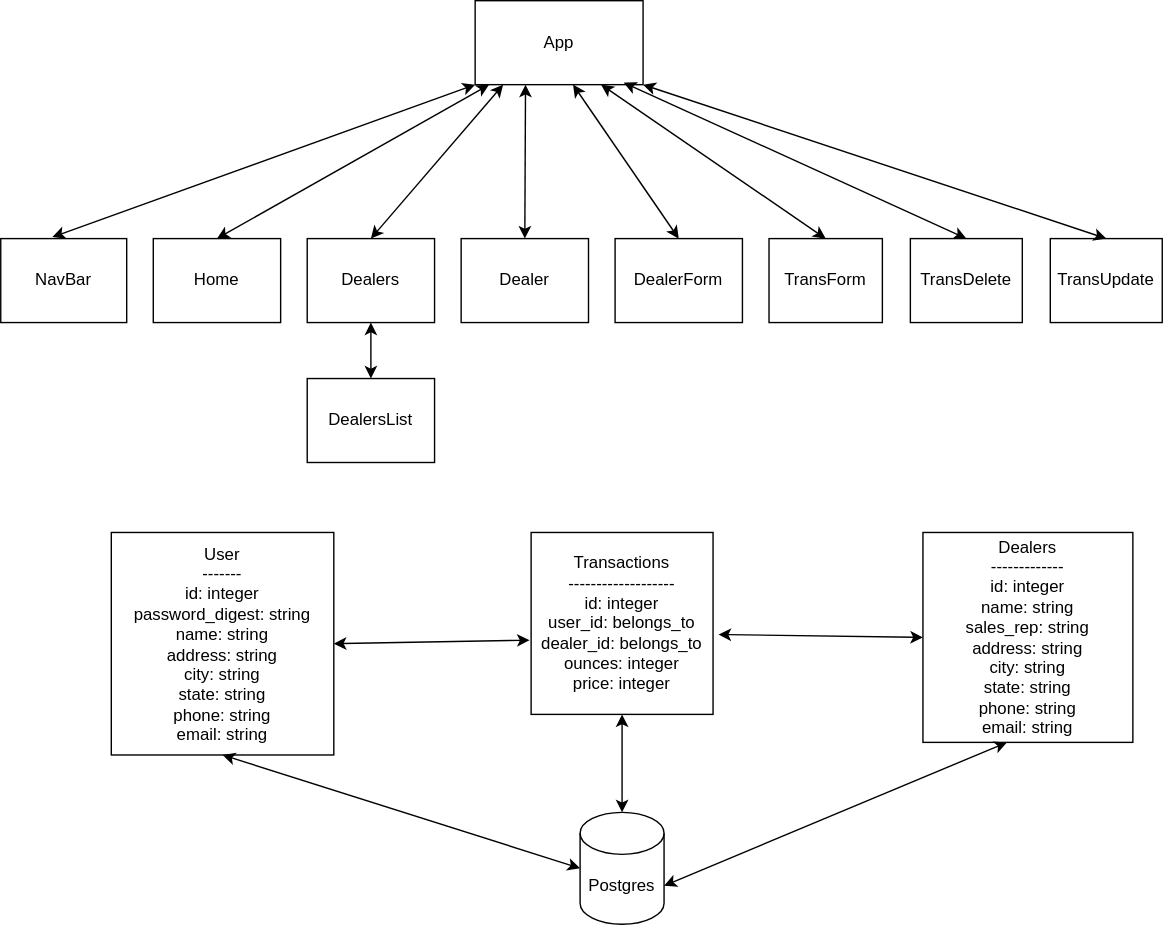
craigjford/coin-app keeps this draw.io diagram as client/src/components/coin.drawio.svg. Above is the earlier version. Source tidied: cells renumbered, new cells last; positions are measured from the earlier drawing's top-left corner, leaving out a move shared by most shapes. The source it was exported from:
```xml
<mxGraphModel>
  <root>
    <mxCell id="0" />
    <mxCell id="1" parent="0" />
    <mxCell id="2" value="App" style="whiteSpace=wrap;html=1;" parent="1" vertex="1">
      <mxGeometry x="339" width="120" height="60" as="geometry" />
    </mxCell>
    <mxCell id="3" value="NavBar" style="whiteSpace=wrap;html=1;" parent="1" vertex="1">
      <mxGeometry y="170" width="90" height="60" as="geometry" />
    </mxCell>
    <mxCell id="4" value="Home" style="whiteSpace=wrap;html=1;" parent="1" vertex="1">
      <mxGeometry x="109" y="170" width="91" height="60" as="geometry" />
    </mxCell>
    <mxCell id="5" value="Dealers" style="whiteSpace=wrap;html=1;" parent="1" vertex="1">
      <mxGeometry x="219" y="170" width="91" height="60" as="geometry" />
    </mxCell>
    <mxCell id="6" value="Dealer" style="whiteSpace=wrap;html=1;" parent="1" vertex="1">
      <mxGeometry x="329" y="170" width="91" height="60" as="geometry" />
    </mxCell>
    <mxCell id="7" value="DealerForm" style="whiteSpace=wrap;html=1;" parent="1" vertex="1">
      <mxGeometry x="439" y="170" width="91" height="60" as="geometry" />
    </mxCell>
    <mxCell id="8" value="TransForm" style="whiteSpace=wrap;html=1;" parent="1" vertex="1">
      <mxGeometry x="549" y="170" width="81" height="60" as="geometry" />
    </mxCell>
    <mxCell id="9" value="TransDelete" style="whiteSpace=wrap;html=1;" parent="1" vertex="1">
      <mxGeometry x="650" y="170" width="80" height="60" as="geometry" />
    </mxCell>
    <mxCell id="10" value="TransUpdate" style="whiteSpace=wrap;html=1;" parent="1" vertex="1">
      <mxGeometry x="750" y="170" width="80" height="60" as="geometry" />
    </mxCell>
    <mxCell id="11" value="DealersList" style="whiteSpace=wrap;html=1;" parent="1" vertex="1">
      <mxGeometry x="219" y="270" width="91" height="60" as="geometry" />
    </mxCell>
    <mxCell id="12" value="Postgres" style="shape=cylinder3;whiteSpace=wrap;html=1;boundedLbl=1;backgroundOutline=1;size=15;" parent="1" vertex="1">
      <mxGeometry x="414" y="580" width="60" height="80" as="geometry" />
    </mxCell>
    <mxCell id="13" value="User&lt;br&gt;-------&lt;br&gt;id: integer&lt;br&gt;password_digest: string&lt;br&gt;name: string&lt;br&gt;address: string&lt;br&gt;city: string&lt;br&gt;state: string&lt;br&gt;phone: string&lt;br&gt;email: string" style="whiteSpace=wrap;html=1;" parent="1" vertex="1">
      <mxGeometry x="79" y="380" width="159" height="159" as="geometry" />
    </mxCell>
    <mxCell id="14" value="Transactions&lt;br&gt;-------------------&lt;br&gt;id: integer&lt;br&gt;user_id: belongs_to&lt;br&gt;dealer_id: belongs_to&lt;br&gt;ounces: integer&lt;br&gt;price: integer" style="whiteSpace=wrap;html=1;" parent="1" vertex="1">
      <mxGeometry x="379" y="380" width="130" height="130" as="geometry" />
    </mxCell>
    <mxCell id="15" value="Dealers&lt;br&gt;-------------&lt;br&gt;id: integer&lt;br&gt;name: string&lt;br&gt;sales_rep: string&lt;br&gt;address: string&lt;br&gt;city: string&lt;br&gt;state: string&lt;br&gt;phone: string&lt;br&gt;email: string" style="whiteSpace=wrap;html=1;" parent="1" vertex="1">
      <mxGeometry x="659" y="380" width="150" height="150" as="geometry" />
    </mxCell>
    <mxCell id="16" style="endArrow=classic;startArrow=classic;html=1;entryX=0;entryY=1;entryDx=0;entryDy=0;exitX=0.41;exitY=-0.018;exitDx=0;exitDy=0;exitPerimeter=0;" parent="1" edge="1" source="3" target="2">
      <mxGeometry relative="1" as="geometry" />
    </mxCell>
    <mxCell id="17" style="endArrow=classic;startArrow=classic;html=1;exitX=0.5;exitY=0;exitDx=0;exitDy=0;" parent="1" edge="1" source="4">
      <mxGeometry relative="1" as="geometry">
        <mxPoint x="349" y="60" as="targetPoint" />
      </mxGeometry>
    </mxCell>
    <mxCell id="18" style="endArrow=classic;startArrow=classic;html=1;exitX=0.5;exitY=0;exitDx=0;exitDy=0;entryX=0.5;entryY=1;entryDx=0;entryDy=0;" parent="1" edge="1" source="11" target="5">
      <mxGeometry relative="1" as="geometry" />
    </mxCell>
    <mxCell id="19" style="endArrow=classic;startArrow=classic;html=1;exitX=0.5;exitY=0;exitDx=0;exitDy=0;" parent="1" edge="1" source="5">
      <mxGeometry relative="1" as="geometry">
        <mxPoint x="359" y="60" as="targetPoint" />
      </mxGeometry>
    </mxCell>
    <mxCell id="20" style="endArrow=classic;startArrow=classic;html=1;exitX=1;exitY=0.5;exitDx=0;exitDy=0;entryX=-0.008;entryY=0.592;entryDx=0;entryDy=0;entryPerimeter=0;" parent="1" edge="1" source="13" target="14">
      <mxGeometry relative="1" as="geometry" />
    </mxCell>
    <mxCell id="21" style="endArrow=classic;startArrow=classic;html=1;entryX=0;entryY=0.5;entryDx=0;entryDy=0;exitX=1.03;exitY=0.561;exitDx=0;exitDy=0;exitPerimeter=0;" parent="1" edge="1" source="14" target="15">
      <mxGeometry relative="1" as="geometry" />
    </mxCell>
    <mxCell id="22" style="endArrow=classic;startArrow=classic;html=1;exitX=0;exitY=0.5;exitDx=0;exitDy=0;exitPerimeter=0;entryX=0.5;entryY=1;entryDx=0;entryDy=0;" parent="1" edge="1" source="12" target="13">
      <mxGeometry relative="1" as="geometry" />
    </mxCell>
    <mxCell id="23" style="endArrow=classic;startArrow=classic;html=1;exitX=0.5;exitY=0;exitDx=0;exitDy=0;exitPerimeter=0;" parent="1" edge="1" source="12">
      <mxGeometry relative="1" as="geometry">
        <mxPoint x="444" y="510" as="targetPoint" />
      </mxGeometry>
    </mxCell>
    <mxCell id="24" style="endArrow=classic;startArrow=classic;html=1;exitX=1;exitY=0;exitDx=0;exitDy=52.5;exitPerimeter=0;" parent="1" edge="1" source="12">
      <mxGeometry relative="1" as="geometry">
        <mxPoint x="719" y="530" as="targetPoint" />
      </mxGeometry>
    </mxCell>
    <mxCell id="25" style="endArrow=classic;startArrow=classic;html=1;exitX=0.5;exitY=0;exitDx=0;exitDy=0;" parent="1" edge="1" source="6">
      <mxGeometry relative="1" as="geometry">
        <mxPoint x="375" y="60" as="targetPoint" />
      </mxGeometry>
    </mxCell>
    <mxCell id="26" style="endArrow=classic;startArrow=classic;html=1;entryX=0.583;entryY=1;entryDx=0;entryDy=0;entryPerimeter=0;exitX=0.5;exitY=0;exitDx=0;exitDy=0;" parent="1" edge="1" source="7" target="2">
      <mxGeometry relative="1" as="geometry" />
    </mxCell>
    <mxCell id="27" style="endArrow=classic;startArrow=classic;html=1;exitX=0.5;exitY=0;exitDx=0;exitDy=0;entryX=0.75;entryY=1;entryDx=0;entryDy=0;" parent="1" edge="1" source="8" target="2">
      <mxGeometry relative="1" as="geometry" />
    </mxCell>
    <mxCell id="28" style="endArrow=classic;startArrow=classic;html=1;exitX=0.5;exitY=0;exitDx=0;exitDy=0;entryX=0.885;entryY=0.976;entryDx=0;entryDy=0;entryPerimeter=0;" parent="1" edge="1" source="9" target="2">
      <mxGeometry relative="1" as="geometry" />
    </mxCell>
    <mxCell id="29" style="endArrow=classic;startArrow=classic;html=1;entryX=1;entryY=1;entryDx=0;entryDy=0;exitX=0.5;exitY=0;exitDx=0;exitDy=0;" parent="1" edge="1" source="10" target="2">
      <mxGeometry relative="1" as="geometry" />
    </mxCell>
  </root>
</mxGraphModel>
```
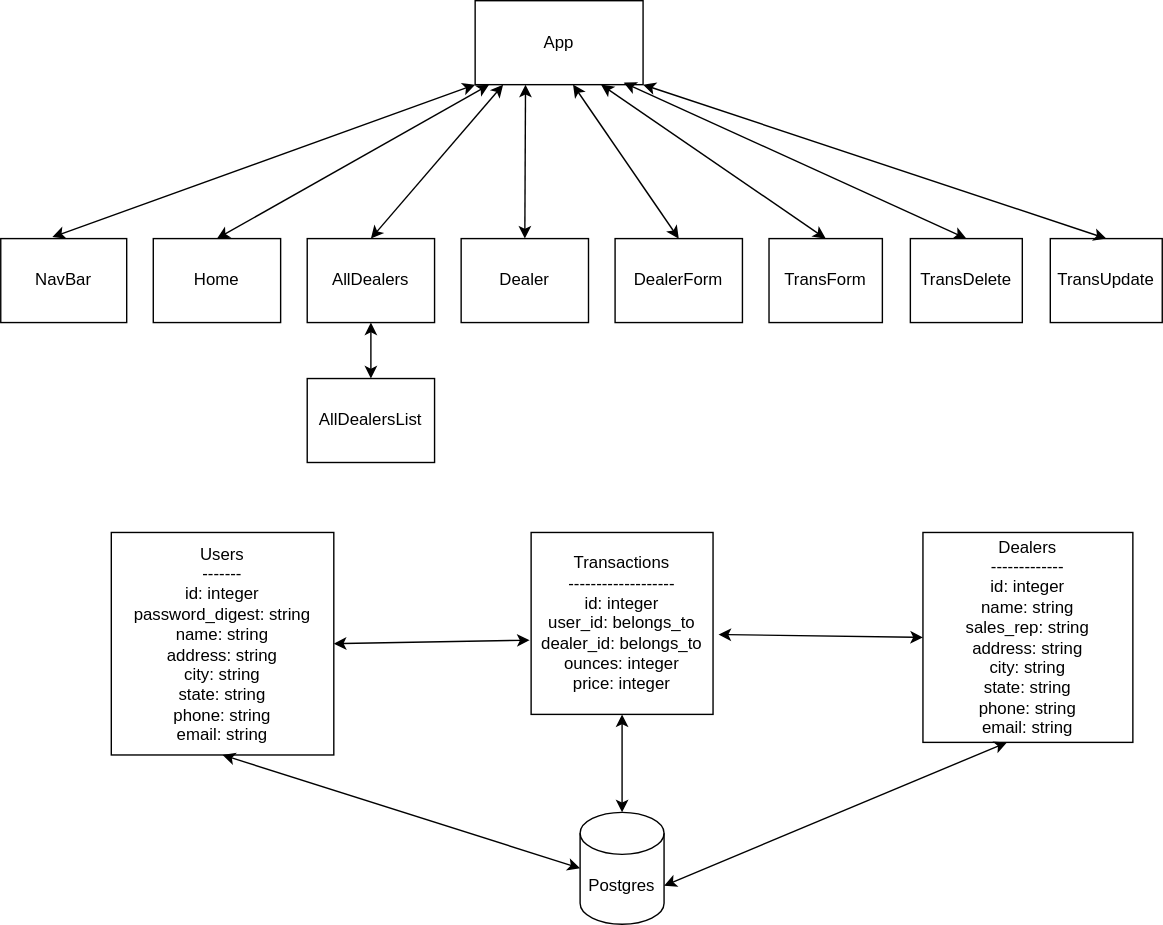
After the change.

What changed in the source:
```diff
@@ -11,7 +11,7 @@
     <mxCell id="4" value="Home" style="whiteSpace=wrap;html=1;" parent="1" vertex="1">
       <mxGeometry x="109" y="170" width="91" height="60" as="geometry" />
     </mxCell>
-    <mxCell id="5" value="Dealers" style="whiteSpace=wrap;html=1;" parent="1" vertex="1">
+    <mxCell id="5" value="AllDealers" style="whiteSpace=wrap;html=1;" parent="1" vertex="1">
       <mxGeometry x="219" y="170" width="91" height="60" as="geometry" />
     </mxCell>
     <mxCell id="6" value="Dealer" style="whiteSpace=wrap;html=1;" parent="1" vertex="1">
@@ -29,13 +29,13 @@
     <mxCell id="10" value="TransUpdate" style="whiteSpace=wrap;html=1;" parent="1" vertex="1">
       <mxGeometry x="750" y="170" width="80" height="60" as="geometry" />
     </mxCell>
-    <mxCell id="11" value="DealersList" style="whiteSpace=wrap;html=1;" parent="1" vertex="1">
+    <mxCell id="11" value="AllDealersList" style="whiteSpace=wrap;html=1;" parent="1" vertex="1">
       <mxGeometry x="219" y="270" width="91" height="60" as="geometry" />
     </mxCell>
     <mxCell id="12" value="Postgres" style="shape=cylinder3;whiteSpace=wrap;html=1;boundedLbl=1;backgroundOutline=1;size=15;" parent="1" vertex="1">
       <mxGeometry x="414" y="580" width="60" height="80" as="geometry" />
     </mxCell>
-    <mxCell id="13" value="User&lt;br&gt;-------&lt;br&gt;id: integer&lt;br&gt;password_digest: string&lt;br&gt;name: string&lt;br&gt;address: string&lt;br&gt;city: string&lt;br&gt;state: string&lt;br&gt;phone: string&lt;br&gt;email: string" style="whiteSpace=wrap;html=1;" parent="1" vertex="1">
+    <mxCell id="13" value="Users&lt;br&gt;-------&lt;br&gt;id: integer&lt;br&gt;password_digest: string&lt;br&gt;name: string&lt;br&gt;address: string&lt;br&gt;city: string&lt;br&gt;state: string&lt;br&gt;phone: string&lt;br&gt;email: string" style="whiteSpace=wrap;html=1;" parent="1" vertex="1">
       <mxGeometry x="79" y="380" width="159" height="159" as="geometry" />
     </mxCell>
     <mxCell id="14" value="Transactions&lt;br&gt;-------------------&lt;br&gt;id: integer&lt;br&gt;user_id: belongs_to&lt;br&gt;dealer_id: belongs_to&lt;br&gt;ounces: integer&lt;br&gt;price: integer" style="whiteSpace=wrap;html=1;" parent="1" vertex="1">
```
